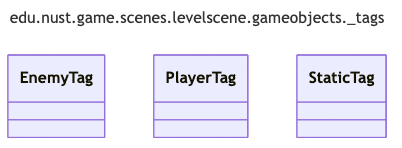
The Mermaid diagram uml/generated/png/package_edu_nust_game_scenes_levelscene_gameobjects__tags.png in zombie-zero-nust/zombie-zero, before a commit. Its source is kept beside it as uml/generated/mmd/package_edu_nust_game_scenes_levelscene_gameobjects__tags.mmd.
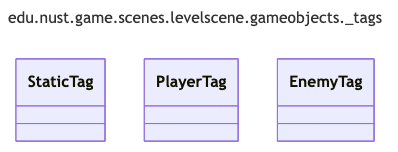
The same file after the commit.

Diff of the diagram source:
```diff
@@ -2,13 +2,13 @@
 title: edu.nust.game.scenes.levelscene.gameobjects._tags
 config:
   look: classic
-  layout: dagre
+  layout: elk
   flowchart:
     curve: linear
   class:
     defaultRenderer: dagre-wrapper
 ---
 classDiagram
-class EnemyTag
-class PlayerTag
-class StaticTag
+  class StaticTag
+  class PlayerTag
+  class EnemyTag
```
